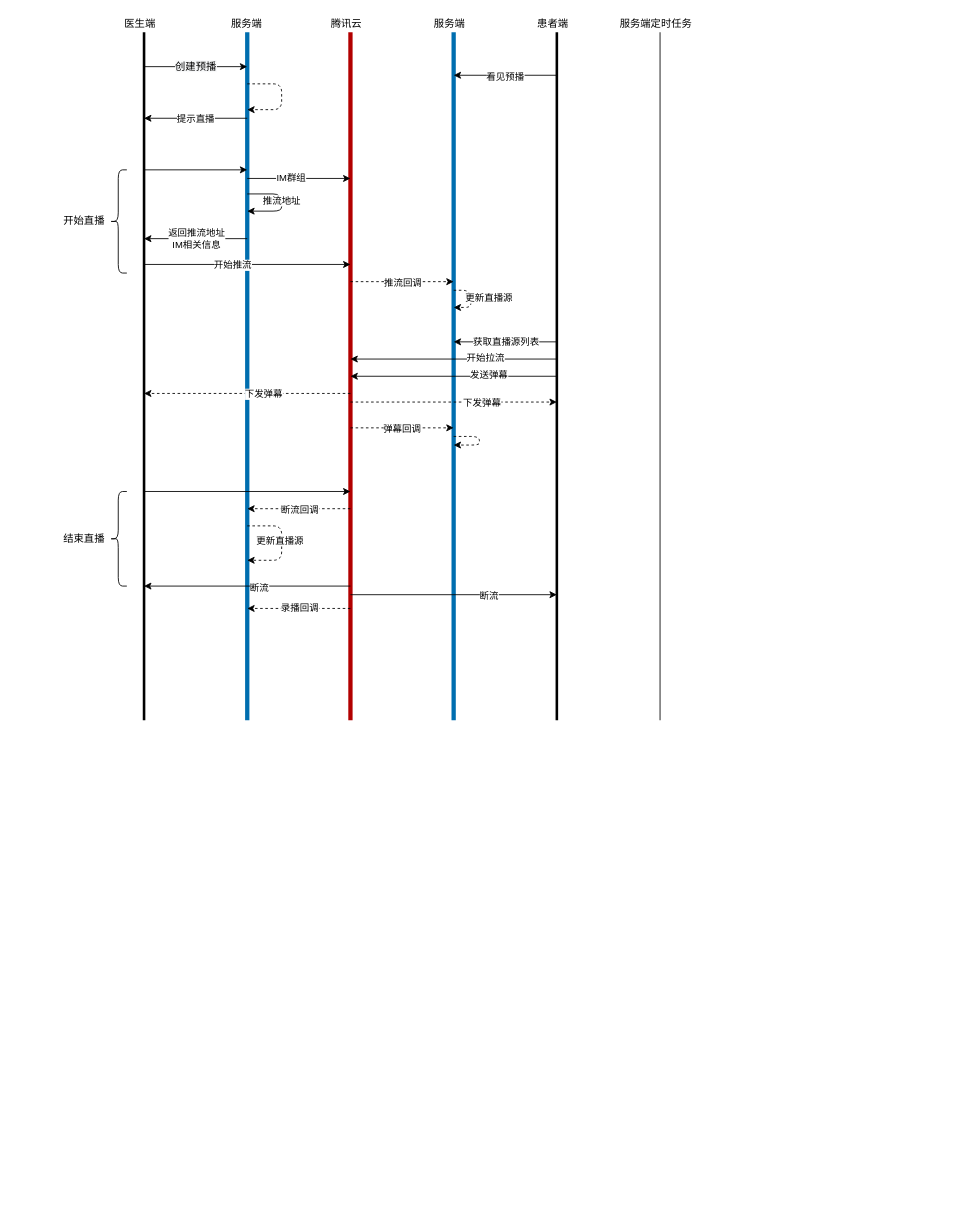
The draw.io diagram 直播交互流程图.drawio in qq584686739/draw, before the edit. Source tidied: cells renumbered, new cells numbered last; positions are measured from the earlier drawing's top-left corner, leaving out a move shared by most shapes. Both pictures are drawn from the tidied source at 86%, with x=0, y=0 at pixel (58, 15).
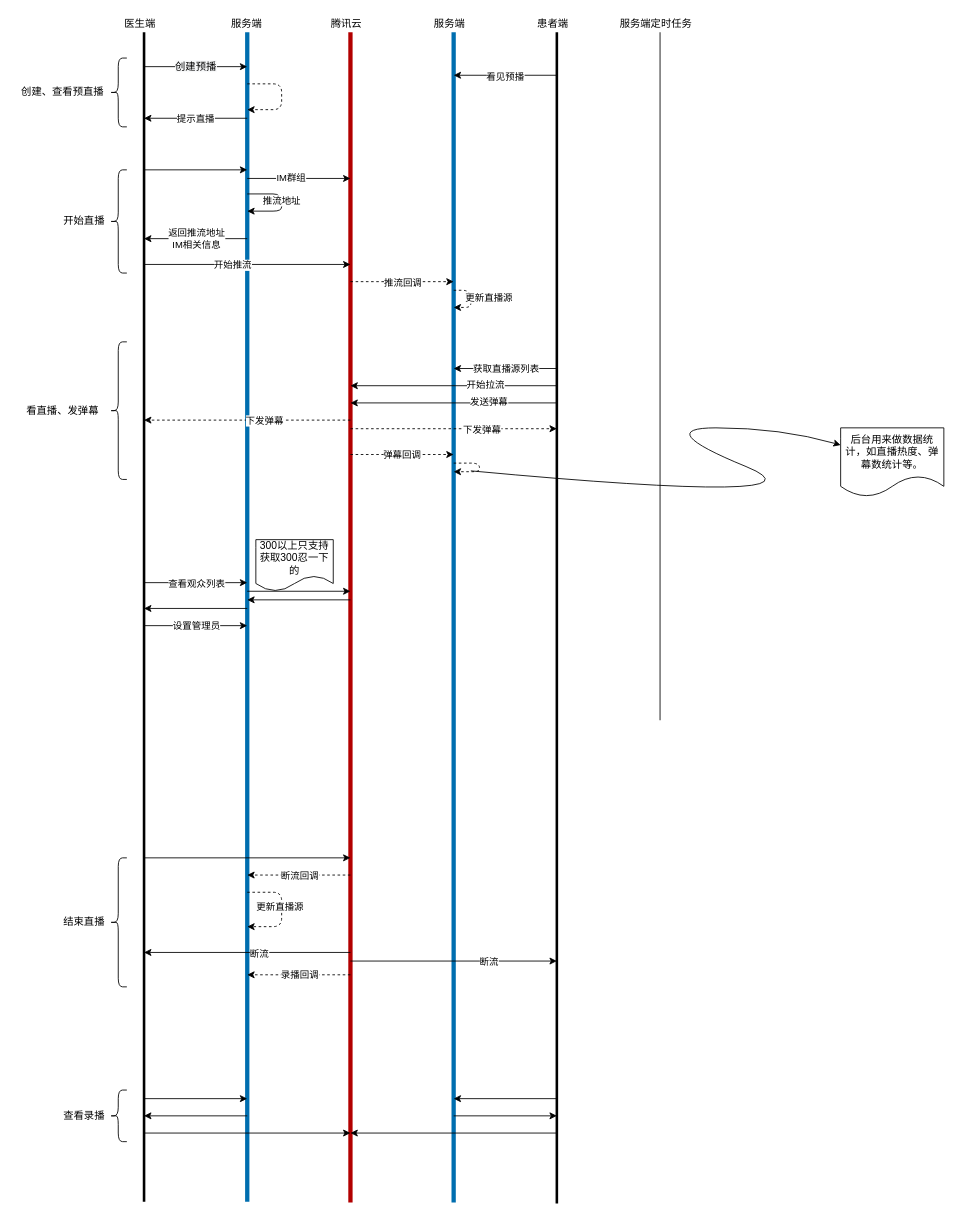
The same diagram, later.

Commit message (it also covers changes not shown here):
Update 直播交互流程图.drawio

The edit, as a diff of the source:
```diff
@@
     <mxCell id="2" style="endArrow=none;html=1;strokeWidth=3;" parent="1" edge="1">
       <mxGeometry relative="1" as="geometry">
-        <mxPoint x="100" y="820" as="sourcePoint" />
+        <mxPoint x="100" y="1380" as="sourcePoint" />
         <mxPoint x="100" y="20" as="targetPoint" />
       </mxGeometry>
     </mxCell>
     <mxCell id="3" style="endArrow=none;html=1;fillColor=#1ba1e2;strokeColor=#006EAF;strokeWidth=5;" parent="1" edge="1">
       <mxGeometry relative="1" as="geometry">
-        <mxPoint x="220" y="820" as="sourcePoint" />
+        <mxPoint x="220" y="1380" as="sourcePoint" />
         <mxPoint x="220" y="20" as="targetPoint" />
       </mxGeometry>
     </mxCell>
     <mxCell id="4" style="endArrow=none;html=1;fillColor=#e51400;strokeColor=#B20000;strokeWidth=5;" parent="1" edge="1">
       <mxGeometry relative="1" as="geometry">
-        <mxPoint x="340" y="820" as="sourcePoint" />
+        <mxPoint x="340" y="1380.9" as="sourcePoint" />
         <mxPoint x="340" y="20" as="targetPoint" />
       </mxGeometry>
     </mxCell>
@@
     <mxCell id="10" style="endArrow=none;html=1;fillColor=#1ba1e2;strokeColor=#006EAF;strokeWidth=5;" parent="1" edge="1">
       <mxGeometry relative="1" as="geometry">
-        <mxPoint x="460" y="820" as="sourcePoint" />
+        <mxPoint x="460" y="1380.9" as="sourcePoint" />
         <mxPoint x="460" y="20" as="targetPoint" />
       </mxGeometry>
     </mxCell>
     <mxCell id="11" style="endArrow=none;html=1;strokeWidth=3;" parent="1" edge="1">
       <mxGeometry relative="1" as="geometry">
-        <mxPoint x="580" y="820" as="sourcePoint" />
+        <mxPoint x="580" y="1381.8" as="sourcePoint" />
         <mxPoint x="580" y="20" as="targetPoint" />
       </mxGeometry>
     </mxCell>
@@
     <mxCell id="30" style="endArrow=classic;html=1;" parent="1" edge="1">
       <mxGeometry relative="1" as="geometry">
-        <mxPoint x="580" y="380" as="sourcePoint" />
-        <mxPoint x="460" y="380" as="targetPoint" />
+        <mxPoint x="580" y="411" as="sourcePoint" />
+        <mxPoint x="460" y="411" as="targetPoint" />
       </mxGeometry>
     </mxCell>
@@
     <mxCell id="36" style="endArrow=classic;html=1;" parent="1" edge="1">
       <mxGeometry relative="1" as="geometry">
-        <mxPoint x="580" y="400" as="sourcePoint" />
-        <mxPoint x="340" y="400" as="targetPoint" />
+        <mxPoint x="580" y="431" as="sourcePoint" />
+        <mxPoint x="340" y="431" as="targetPoint" />
       </mxGeometry>
     </mxCell>
@@
     <mxCell id="38" style="endArrow=classic;html=1;" parent="1" edge="1">
       <mxGeometry relative="1" as="geometry">
-        <mxPoint x="580" y="420" as="sourcePoint" />
-        <mxPoint x="340" y="420" as="targetPoint" />
+        <mxPoint x="580" y="451" as="sourcePoint" />
+        <mxPoint x="340" y="451" as="targetPoint" />
       </mxGeometry>
     </mxCell>
@@
     <mxCell id="40" style="endArrow=classic;html=1;dashed=1;" parent="1" edge="1">
       <mxGeometry relative="1" as="geometry">
-        <mxPoint x="340" y="440" as="sourcePoint" />
-        <mxPoint x="100" y="440" as="targetPoint" />
+        <mxPoint x="340" y="471" as="sourcePoint" />
+        <mxPoint x="100" y="471" as="targetPoint" />
       </mxGeometry>
     </mxCell>
     <mxCell id="41" value="下发弹幕" style="edgeLabel;html=1;align=center;verticalAlign=middle;" parent="40" vertex="1">
-      <mxGeometry x="-0.15" relative="1" as="geometry" />
+      <mxGeometry x="-0.15" relative="1" as="geometry">
+        <mxPoint x="1" as="offset" />
+      </mxGeometry>
     </mxCell>
     <mxCell id="42" style="endArrow=classic;html=1;dashed=1;" parent="1" edge="1">
       <mxGeometry relative="1" as="geometry">
-        <mxPoint x="340" y="450" as="sourcePoint" />
-        <mxPoint x="580" y="450" as="targetPoint" />
+        <mxPoint x="340" y="481" as="sourcePoint" />
+        <mxPoint x="580" y="481" as="targetPoint" />
       </mxGeometry>
     </mxCell>
@@
     <mxCell id="46" style="endArrow=classic;html=1;" parent="1" edge="1">
       <mxGeometry relative="1" as="geometry">
-        <mxPoint x="100" y="554" as="sourcePoint" />
-        <mxPoint x="340" y="554" as="targetPoint" />
+        <mxPoint x="100" y="980" as="sourcePoint" />
+        <mxPoint x="340" y="980" as="targetPoint" />
       </mxGeometry>
     </mxCell>
     <mxCell id="47" style="endArrow=classic;html=1;dashed=1;" parent="1" edge="1">
       <mxGeometry relative="1" as="geometry">
-        <mxPoint x="340" y="574" as="sourcePoint" />
-        <mxPoint x="220" y="574" as="targetPoint" />
+        <mxPoint x="340" y="1000" as="sourcePoint" />
+        <mxPoint x="220" y="1000" as="targetPoint" />
       </mxGeometry>
     </mxCell>
@@
     <mxCell id="49" style="endArrow=classic;html=1;" parent="1" edge="1">
       <mxGeometry relative="1" as="geometry">
-        <mxPoint x="340" y="664" as="sourcePoint" />
-        <mxPoint x="100" y="664" as="targetPoint" />
+        <mxPoint x="340" y="1090" as="sourcePoint" />
+        <mxPoint x="100" y="1090" as="targetPoint" />
       </mxGeometry>
     </mxCell>
@@
     <mxCell id="51" style="endArrow=classic;html=1;" parent="1" edge="1">
       <mxGeometry relative="1" as="geometry">
-        <mxPoint x="340" y="674" as="sourcePoint" />
-        <mxPoint x="580" y="674" as="targetPoint" />
+        <mxPoint x="340" y="1100" as="sourcePoint" />
+        <mxPoint x="580" y="1100" as="targetPoint" />
       </mxGeometry>
     </mxCell>
@@
     <mxCell id="53" style="shape=curlyBracket;whiteSpace=wrap;html=1;rounded=1;" parent="1" vertex="1">
-      <mxGeometry x="60" y="554" width="20" height="110" as="geometry" />
+      <mxGeometry x="60" y="980" width="20" height="150" as="geometry" />
     </mxCell>
     <mxCell id="54" value="结束直播" style="text;html=1;align=center;verticalAlign=middle;" parent="1" vertex="1">
-      <mxGeometry y="599" width="60" height="20" as="geometry" />
+      <mxGeometry y="1045" width="60" height="20" as="geometry" />
     </mxCell>
     <mxCell id="55" style="endArrow=classic;html=1;dashed=1;" parent="1" edge="1">
       <mxGeometry relative="1" as="geometry">
-        <mxPoint x="220" y="594" as="sourcePoint" />
-        <mxPoint x="220" y="634" as="targetPoint" />
+        <mxPoint x="220" y="1020" as="sourcePoint" />
+        <mxPoint x="220" y="1060" as="targetPoint" />
         <Array as="points">
-          <mxPoint x="260" y="594" />
-          <mxPoint x="260" y="634" />
+          <mxPoint x="260" y="1020" />
+          <mxPoint x="260" y="1060" />
         </Array>
       </mxGeometry>
     </mxCell>
@@
     <mxCell id="57" style="endArrow=classic;html=1;dashed=1;" parent="1" edge="1">
       <mxGeometry relative="1" as="geometry">
-        <mxPoint x="340" y="480" as="sourcePoint" />
-        <mxPoint x="460" y="480" as="targetPoint" />
+        <mxPoint x="340" y="511" as="sourcePoint" />
+        <mxPoint x="460" y="511" as="targetPoint" />
       </mxGeometry>
     </mxCell>
@@
     <mxCell id="59" style="endArrow=classic;html=1;dashed=1;" parent="1" edge="1">
       <mxGeometry relative="1" as="geometry">
-        <mxPoint x="460" y="490" as="sourcePoint" />
-        <mxPoint x="460" y="500" as="targetPoint" />
+        <mxPoint x="460" y="521" as="sourcePoint" />
+        <mxPoint x="460" y="531" as="targetPoint" />
         <Array as="points">
-          <mxPoint x="490" y="490" />
-          <mxPoint x="490" y="500" />
+          <mxPoint x="490" y="521" />
+          <mxPoint x="490" y="531" />
         </Array>
       </mxGeometry>
     </mxCell>
     <mxCell id="60" style="endArrow=classic;html=1;dashed=1;" parent="1" edge="1">
       <mxGeometry relative="1" as="geometry">
-        <mxPoint x="340" y="690" as="sourcePoint" />
-        <mxPoint x="220" y="690" as="targetPoint" />
+        <mxPoint x="340" y="1116" as="sourcePoint" />
+        <mxPoint x="220" y="1116" as="targetPoint" />
       </mxGeometry>
     </mxCell>
@@
+    <mxCell id="62" style="endArrow=classic;html=1;strokeWidth=1;" parent="1" edge="1">
+      <mxGeometry relative="1" as="geometry">
+        <mxPoint x="100" y="1260" as="sourcePoint" />
+        <mxPoint x="220" y="1260" as="targetPoint" />
+      </mxGeometry>
+    </mxCell>
+    <mxCell id="63" style="endArrow=classic;html=1;strokeWidth=1;" parent="1" edge="1">
+      <mxGeometry relative="1" as="geometry">
+        <mxPoint x="220" y="1280" as="sourcePoint" />
+        <mxPoint x="100" y="1280" as="targetPoint" />
+      </mxGeometry>
+    </mxCell>
+    <mxCell id="64" style="endArrow=classic;html=1;strokeWidth=1;" parent="1" edge="1">
+      <mxGeometry relative="1" as="geometry">
+        <mxPoint x="580" y="1260" as="sourcePoint" />
+        <mxPoint x="460" y="1260" as="targetPoint" />
+      </mxGeometry>
+    </mxCell>
+    <mxCell id="65" style="endArrow=classic;html=1;strokeWidth=1;" parent="1" edge="1">
+      <mxGeometry relative="1" as="geometry">
+        <mxPoint x="460" y="1280" as="sourcePoint" />
+        <mxPoint x="580" y="1280" as="targetPoint" />
+      </mxGeometry>
+    </mxCell>
+    <mxCell id="66" style="endArrow=classic;html=1;strokeWidth=1;" parent="1" edge="1">
+      <mxGeometry relative="1" as="geometry">
+        <mxPoint x="100" y="1300" as="sourcePoint" />
+        <mxPoint x="340" y="1300" as="targetPoint" />
+      </mxGeometry>
+    </mxCell>
+    <mxCell id="67" style="endArrow=classic;html=1;strokeWidth=1;" parent="1" edge="1">
+      <mxGeometry relative="1" as="geometry">
+        <mxPoint x="580" y="1300" as="sourcePoint" />
+        <mxPoint x="340" y="1300" as="targetPoint" />
+      </mxGeometry>
+    </mxCell>
+    <mxCell id="68" style="shape=curlyBracket;whiteSpace=wrap;html=1;rounded=1;" parent="1" vertex="1">
+      <mxGeometry x="60" y="1250" width="20" height="60" as="geometry" />
+    </mxCell>
+    <mxCell id="69" value="查看录播" style="text;html=1;align=center;verticalAlign=middle;" parent="1" vertex="1">
+      <mxGeometry y="1270" width="60" height="20" as="geometry" />
+    </mxCell>
+    <mxCell id="70" style="shape=curlyBracket;whiteSpace=wrap;html=1;rounded=1;" parent="1" vertex="1">
+      <mxGeometry x="60" y="50" width="20" height="80" as="geometry" />
+    </mxCell>
+    <mxCell id="71" value="创建、查看预直播" style="text;html=1;align=center;verticalAlign=middle;" parent="1" vertex="1">
+      <mxGeometry x="-50" y="80" width="110" height="20" as="geometry" />
+    </mxCell>
+    <mxCell id="72" style="shape=curlyBracket;whiteSpace=wrap;html=1;rounded=1;" parent="1" vertex="1">
+      <mxGeometry x="60" y="380" width="20" height="160" as="geometry" />
+    </mxCell>
+    <mxCell id="73" value="看直播、发弹幕" style="text;html=1;align=center;verticalAlign=middle;" parent="1" vertex="1">
+      <mxGeometry x="-45" y="450" width="100" height="20" as="geometry" />
+    </mxCell>
+    <mxCell id="74" style="curved=1;endArrow=classic;html=1;strokeWidth=1;entryX=0;entryY=0.25;entryDx=0;entryDy=0;" parent="1" edge="1" target="75">
+      <mxGeometry relative="1" as="geometry">
+        <mxPoint x="480" y="530" as="sourcePoint" />
+        <Array as="points">
+          <mxPoint x="910" y="570" />
+          <mxPoint x="690" y="480" />
+          <mxPoint x="840" y="480" />
+        </Array>
+      </mxGeometry>
+    </mxCell>
+    <mxCell id="75" value="后台用来做数据统计，如直播热度、弹幕数统计等。" style="shape=document;whiteSpace=wrap;html=1;boundedLbl=1;" parent="1" vertex="1">
+      <mxGeometry x="910" y="480" width="120" height="80" as="geometry" />
+    </mxCell>
+    <mxCell id="76" style="endArrow=classic;html=1;strokeWidth=1;" parent="1" edge="1">
+      <mxGeometry relative="1" as="geometry">
+        <mxPoint x="100" y="660" as="sourcePoint" />
+        <mxPoint x="220" y="660" as="targetPoint" />
+      </mxGeometry>
+    </mxCell>
+    <mxCell id="77" value="查看观众列表" style="edgeLabel;html=1;align=center;verticalAlign=middle;" parent="76" vertex="1">
+      <mxGeometry x="-0.49" y="2" relative="1" as="geometry">
+        <mxPoint x="29" y="2" as="offset" />
+      </mxGeometry>
+    </mxCell>
+    <mxCell id="78" style="endArrow=classic;html=1;strokeWidth=1;" parent="1" edge="1">
+      <mxGeometry relative="1" as="geometry">
+        <mxPoint x="220" y="670" as="sourcePoint" />
+        <mxPoint x="340" y="670" as="targetPoint" />
+      </mxGeometry>
+    </mxCell>
+    <mxCell id="79" style="endArrow=classic;html=1;strokeWidth=1;" parent="1" edge="1">
+      <mxGeometry relative="1" as="geometry">
+        <mxPoint x="340" y="680" as="sourcePoint" />
+        <mxPoint x="220" y="680" as="targetPoint" />
+      </mxGeometry>
+    </mxCell>
+    <mxCell id="80" style="endArrow=classic;html=1;strokeWidth=1;" parent="1" edge="1">
+      <mxGeometry relative="1" as="geometry">
+        <mxPoint x="220" y="690" as="sourcePoint" />
+        <mxPoint x="100" y="690" as="targetPoint" />
+      </mxGeometry>
+    </mxCell>
+    <mxCell id="81" style="endArrow=classic;html=1;strokeWidth=1;" parent="1" edge="1">
+      <mxGeometry relative="1" as="geometry">
+        <mxPoint x="100" y="710" as="sourcePoint" />
+        <mxPoint x="220" y="710" as="targetPoint" />
+      </mxGeometry>
+    </mxCell>
+    <mxCell id="82" value="设置管理员" style="edgeLabel;html=1;align=center;verticalAlign=middle;" parent="81" vertex="1">
+      <mxGeometry x="-0.32" y="1" relative="1" as="geometry">
+        <mxPoint x="19" as="offset" />
+      </mxGeometry>
+    </mxCell>
+    <mxCell id="83" value="300以上只支持获取300忍一下的" style="shape=document;whiteSpace=wrap;html=1;boundedLbl=1;" parent="1" vertex="1">
+      <mxGeometry x="230" y="610" width="90" height="60" as="geometry" />
+    </mxCell>
```
